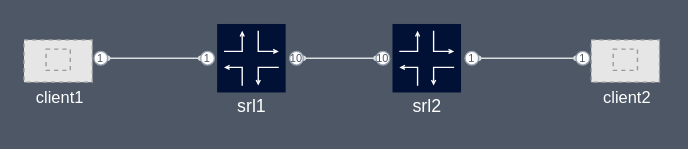
Earlier version of the draw.io diagram page "[0] vlan" (1 of 3) of vlan.drawio (srl-labs/srlinux-vlan-handling-lab). Source tidied: cells renumbered, new cells numbered last; positions are measured from the earlier drawing's top-left corner, leaving out a move shared by most shapes. Both pictures are drawn from the tidied source at 137%, with x=0, y=0 at pixel (23, 23). Pictures stored in the file or linked from it are replaced by grey dashed boxes.
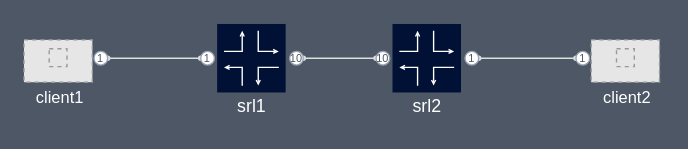
Above is the later version.

Unchanged cells that the change refers to:
```xml
<mxCell id="27" style="group;" parent="1" vertex="1">
  <mxGeometry y="11.6" width="52.2" height="54.9" as="geometry" />
</mxCell>
<mxCell id="32" style="group;" parent="1" vertex="1">
  <mxGeometry x="414" y="11.6" width="53.2" height="54.9" as="geometry" />
</mxCell>
```

The edit, as a diff of the source:
```diff
@@
-    <mxCell id="30" style="fillColor=#E6E6E6;strokeColor=#999999;dashed=1;verticalLabelPosition=bottom;labelBackgroundColor=#ffffff;verticalAlign=top;fontColor=#001135;" parent="27" vertex="1">
-      <mxGeometry x="16.1" y="6.8" width="17.7" height="15.5" as="geometry" />
-    </mxCell>
@@
+    <mxCell id="37" style="fillColor=#E6E6E6;strokeColor=#999999;dashed=1;verticalLabelPosition=bottom;labelBackgroundColor=default;verticalAlign=top;" parent="27" vertex="1">
+      <mxGeometry x="18.4" y="6.5" width="13" height="13" as="geometry" />
+    </mxCell>
@@
-    <mxCell id="35" style="fillColor=#E6E6E6;strokeColor=#999999;dashed=1;verticalLabelPosition=bottom;labelBackgroundColor=#ffffff;verticalAlign=top;fontColor=#001135;" parent="32" vertex="1">
-      <mxGeometry x="16.1" y="6.8" width="17.7" height="15.5" as="geometry" />
-    </mxCell>
@@
+    <mxCell id="38" style="fillColor=#E6E6E6;strokeColor=#999999;dashed=1;verticalLabelPosition=bottom;labelBackgroundColor=default;verticalAlign=top;" parent="32" vertex="1">
+      <mxGeometry x="18.5" y="6.5" width="13" height="13" as="geometry" />
+    </mxCell>
```
